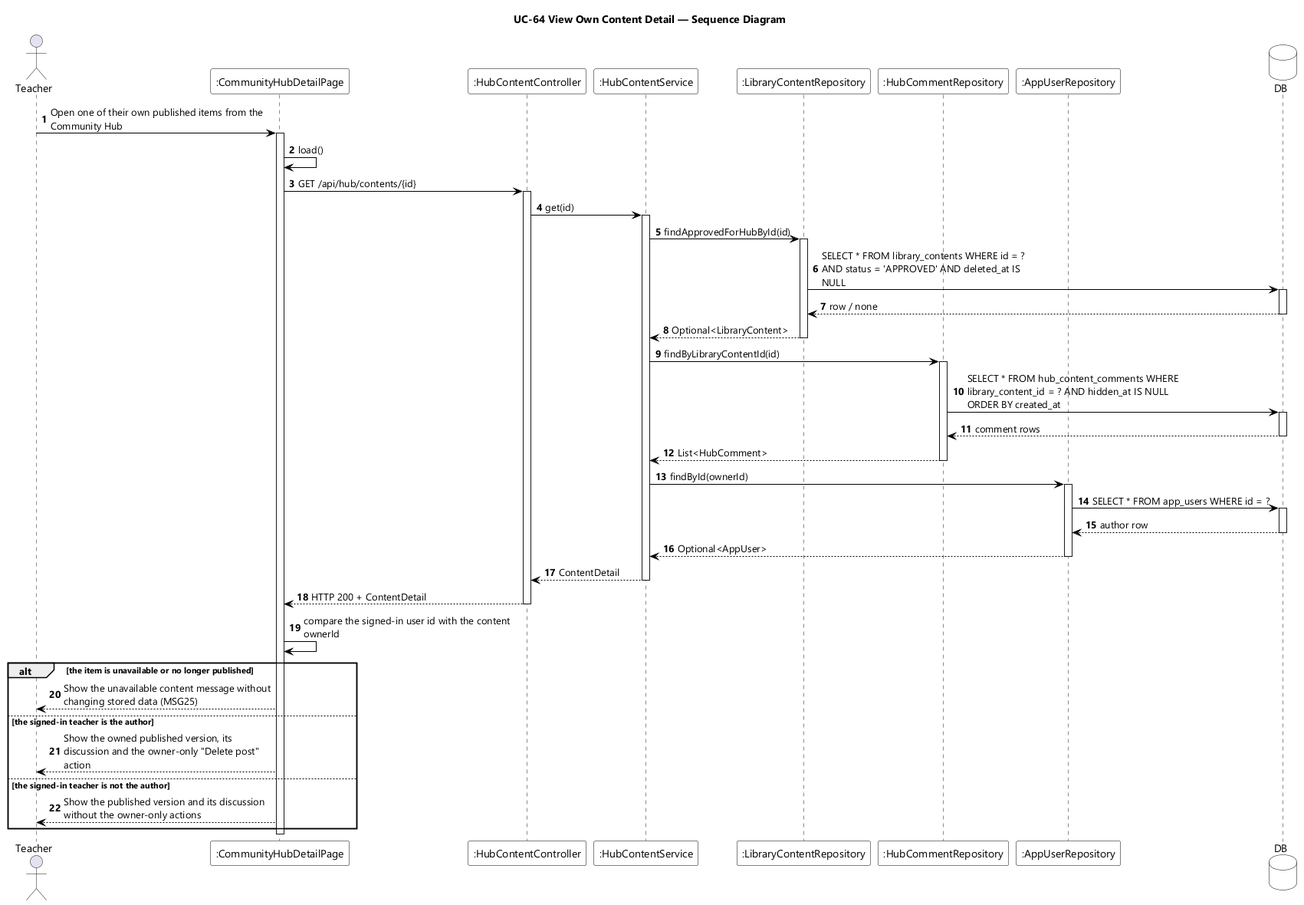
Before: designs/sds-diagrams/uc64/uc64-sequence-diagram.png, a diagram exported from PlantUML (EduA-system/EduA-system). Its diagram source:
```plantuml
@startuml UC-64 View Own Content Detail - Sequence Diagram
skinparamlocked dpi 96
skinparam defaultFontName "Segoe UI"
skinparam shadowing false
skinparam ParticipantBackgroundColor #FFFFFF
skinparam ParticipantBorderColor #000000
skinparam DatabaseBackgroundColor #FFFFFF
skinparam DatabaseBorderColor #000000
skinparam ArrowColor #000000
skinparam sequenceMessageAlign left
skinparam maxMessageSize 280
title UC-64 View Own Content Detail — Sequence Diagram

actor Teacher
participant ":CommunityHubDetailPage" as UI
participant ":HubContentController" as CTL
participant ":HubContentService" as SVC
participant ":LibraryContentRepository" as CONTENTS
participant ":HubCommentRepository" as COMMENTS
participant ":AppUserRepository" as USERS
database DB

autonumber
Teacher -> UI : Open one of their own published items from the Community Hub
activate UI
UI -> UI : load()
UI -> CTL : GET /api/hub/contents/{id}
activate CTL
CTL -> SVC : get(id)
activate SVC
SVC -> CONTENTS : findApprovedForHubById(id)
activate CONTENTS
CONTENTS -> DB : SELECT * FROM library_contents WHERE id = ? AND status = 'APPROVED' AND deleted_at IS NULL
activate DB
DB --> CONTENTS : row / none
deactivate DB
CONTENTS --> SVC : Optional<LibraryContent>
deactivate CONTENTS
SVC -> COMMENTS : findByLibraryContentId(id)
activate COMMENTS
COMMENTS -> DB : SELECT * FROM hub_content_comments WHERE library_content_id = ? AND hidden_at IS NULL ORDER BY created_at
activate DB
DB --> COMMENTS : comment rows
deactivate DB
COMMENTS --> SVC : List<HubComment>
deactivate COMMENTS
SVC -> USERS : findById(ownerId)
activate USERS
USERS -> DB : SELECT * FROM app_users WHERE id = ?
activate DB
DB --> USERS : author row
deactivate DB
USERS --> SVC : Optional<AppUser>
deactivate USERS
SVC --> CTL : ContentDetail
deactivate SVC
CTL --> UI : HTTP 200 + ContentDetail
deactivate CTL
UI -> UI : compare the signed-in user id with the content ownerId

alt the item is unavailable or no longer published
  UI --> Teacher : Show the unavailable content message without changing stored data (MSG25)
else the signed-in teacher is the author
  UI --> Teacher : Show the owned published version, its discussion and the owner-only "Delete post" action
else the signed-in teacher is not the author
  UI --> Teacher : Show the published version and its discussion without the owner-only actions
end
deactivate UI
@enduml
```
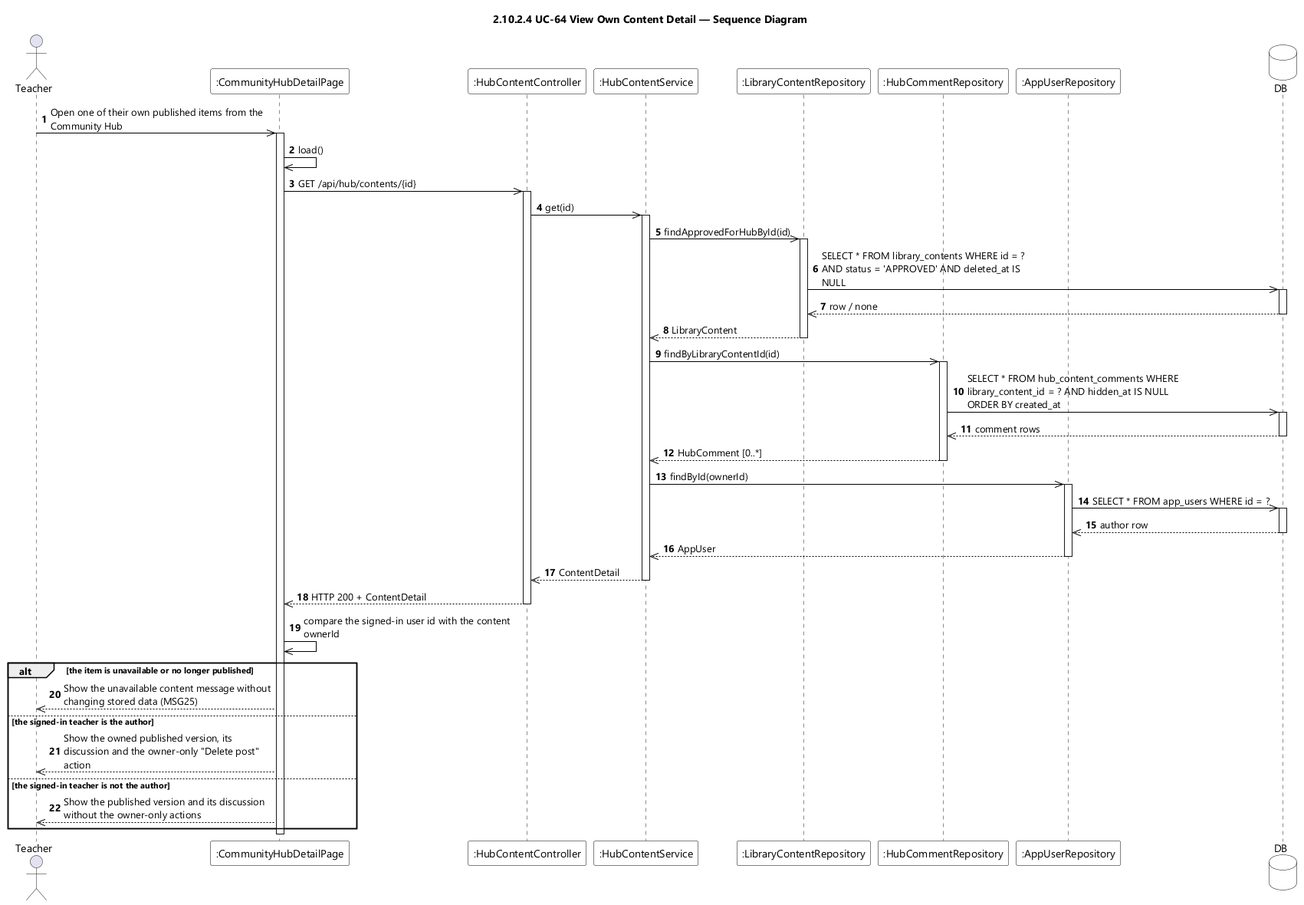
The same file after the commit.

What changed in the source:
```diff
@@ -9,7 +9,7 @@
 skinparam ArrowColor #000000
 skinparam sequenceMessageAlign left
 skinparam maxMessageSize 280
-title UC-64 View Own Content Detail — Sequence Diagram
+title 2.10.2.4 UC-64 View Own Content Detail — Sequence Diagram
 
 actor Teacher
 participant ":CommunityHubDetailPage" as UI
@@ -21,49 +21,49 @@
 database DB
 
 autonumber
-Teacher -> UI : Open one of their own published items from the Community Hub
+Teacher ->> UI : Open one of their own published items from the Community Hub
 activate UI
-UI -> UI : load()
-UI -> CTL : GET /api/hub/contents/{id}
+UI ->> UI : load()
+UI ->> CTL : GET /api/hub/contents/{id}
 activate CTL
-CTL -> SVC : get(id)
+CTL ->> SVC : get(id)
 activate SVC
-SVC -> CONTENTS : findApprovedForHubById(id)
+SVC ->> CONTENTS : findApprovedForHubById(id)
 activate CONTENTS
-CONTENTS -> DB : SELECT * FROM library_contents WHERE id = ? AND status = 'APPROVED' AND deleted_at IS NULL
+CONTENTS ->> DB : SELECT * FROM library_contents WHERE id = ? AND status = 'APPROVED' AND deleted_at IS NULL
 activate DB
-DB --> CONTENTS : row / none
+DB -->> CONTENTS : row / none
 deactivate DB
-CONTENTS --> SVC : Optional<LibraryContent>
+CONTENTS -->> SVC : LibraryContent
 deactivate CONTENTS
-SVC -> COMMENTS : findByLibraryContentId(id)
+SVC ->> COMMENTS : findByLibraryContentId(id)
 activate COMMENTS
-COMMENTS -> DB : SELECT * FROM hub_content_comments WHERE library_content_id = ? AND hidden_at IS NULL ORDER BY created_at
+COMMENTS ->> DB : SELECT * FROM hub_content_comments WHERE library_content_id = ? AND hidden_at IS NULL ORDER BY created_at
 activate DB
-DB --> COMMENTS : comment rows
+DB -->> COMMENTS : comment rows
 deactivate DB
-COMMENTS --> SVC : List<HubComment>
+COMMENTS -->> SVC : HubComment [0..*]
 deactivate COMMENTS
-SVC -> USERS : findById(ownerId)
+SVC ->> USERS : findById(ownerId)
 activate USERS
-USERS -> DB : SELECT * FROM app_users WHERE id = ?
+USERS ->> DB : SELECT * FROM app_users WHERE id = ?
 activate DB
-DB --> USERS : author row
+DB -->> USERS : author row
 deactivate DB
-USERS --> SVC : Optional<AppUser>
+USERS -->> SVC : AppUser
 deactivate USERS
-SVC --> CTL : ContentDetail
+SVC -->> CTL : ContentDetail
 deactivate SVC
-CTL --> UI : HTTP 200 + ContentDetail
+CTL -->> UI : HTTP 200 + ContentDetail
 deactivate CTL
-UI -> UI : compare the signed-in user id with the content ownerId
+UI ->> UI : compare the signed-in user id with the content ownerId
 
 alt the item is unavailable or no longer published
-  UI --> Teacher : Show the unavailable content message without changing stored data (MSG25)
+  UI -->> Teacher : Show the unavailable content message without changing stored data (MSG25)
 else the signed-in teacher is the author
-  UI --> Teacher : Show the owned published version, its discussion and the owner-only "Delete post" action
+  UI -->> Teacher : Show the owned published version, its discussion and the owner-only "Delete post" action
 else the signed-in teacher is not the author
-  UI --> Teacher : Show the published version and its discussion without the owner-only actions
+  UI -->> Teacher : Show the published version and its discussion without the owner-only actions
 end
 deactivate UI
 @enduml
```
